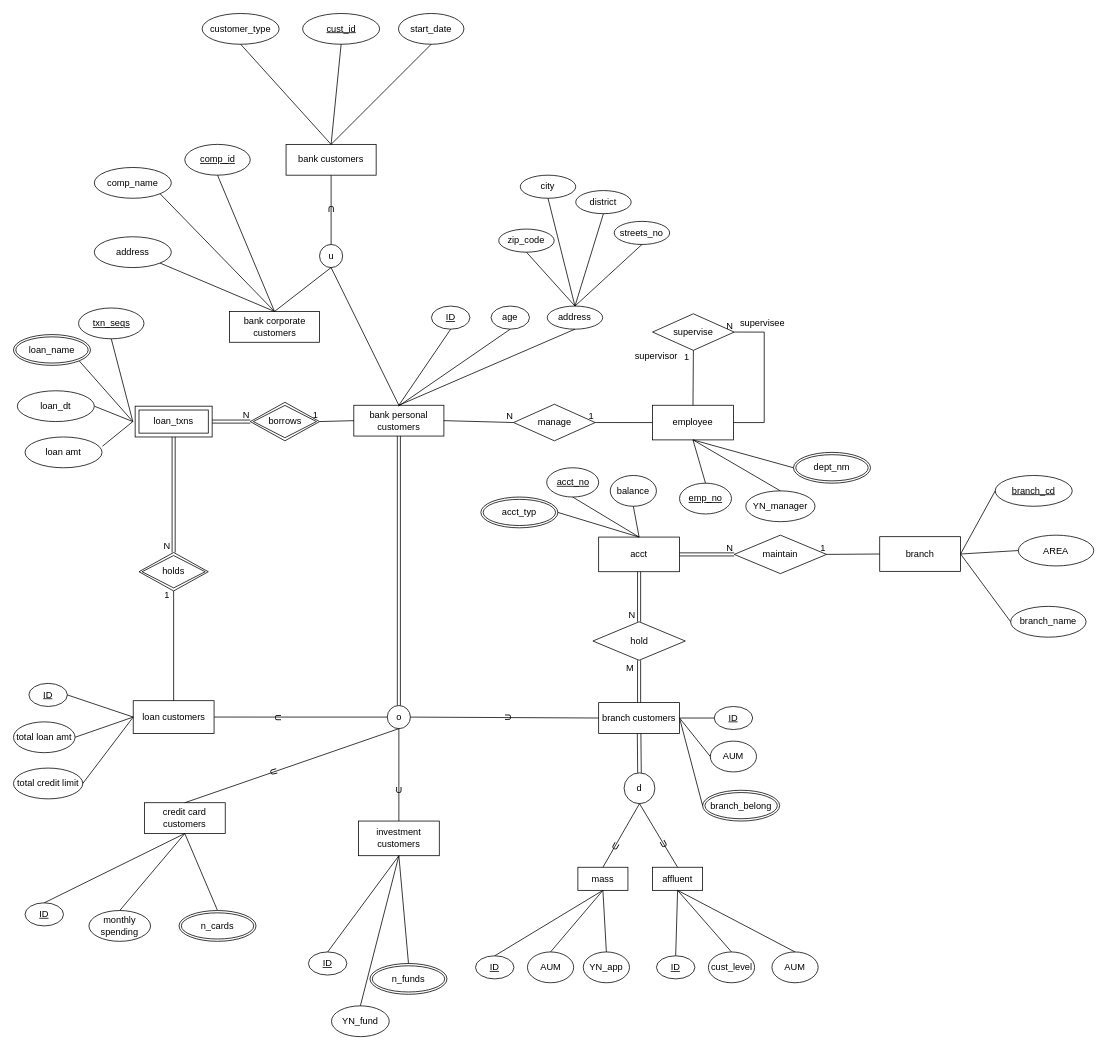
This is Homeworks/hw2.drawio from qqaazz800624/2023_Database_Systems_SQLtoNoSQL, a draw.io file, before an edit. Source tidied: cells renumbered, new cells numbered last; positions are measured from the earlier drawing's top-left corner, leaving out a move shared by most shapes. Both pictures are drawn from the tidied source at 77%, with x=0, y=0 at pixel (13, 13).
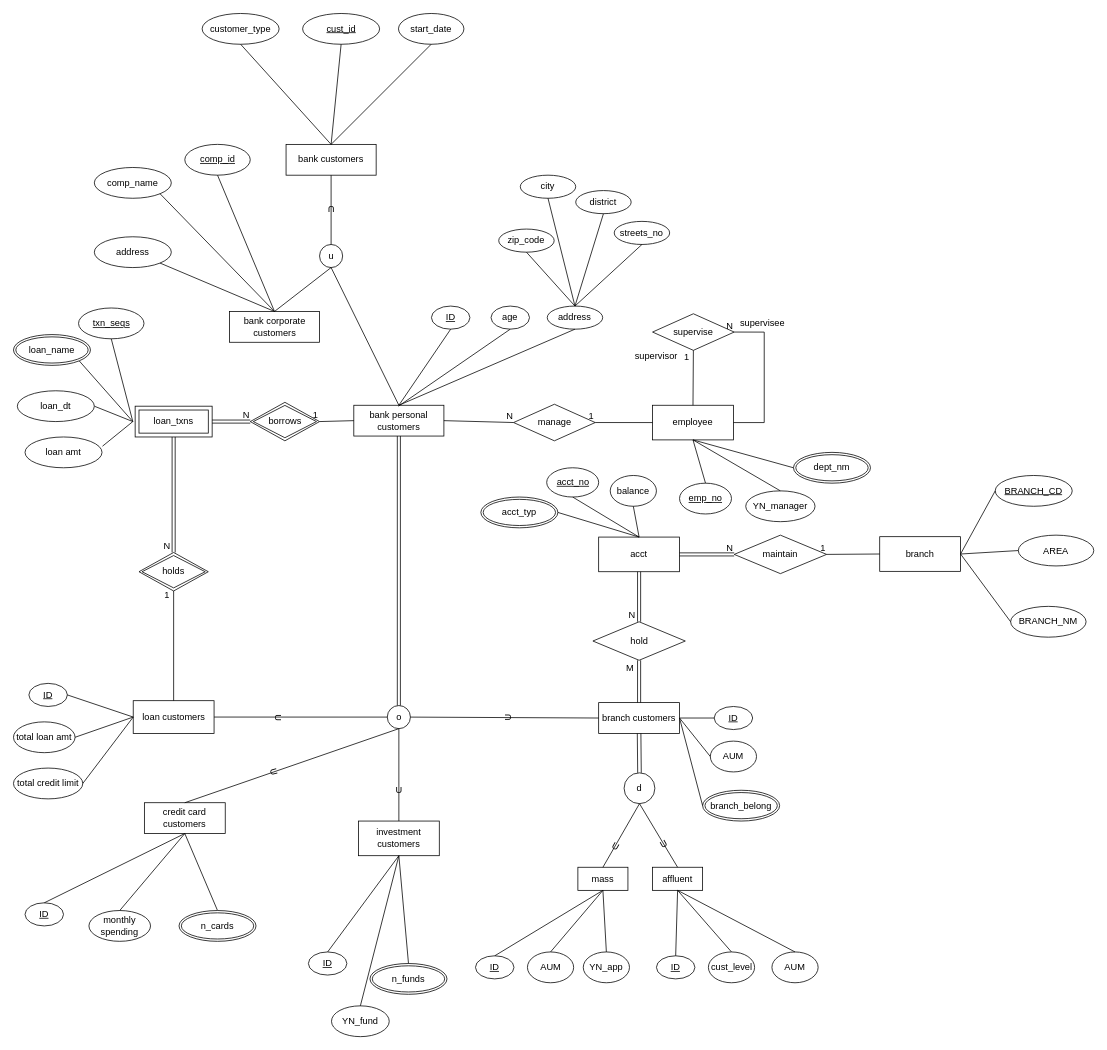
The same diagram, later.

Change to the diagram source:
```diff
@@
-    <mxCell id="115" value="&lt;u&gt;branch_cd&lt;/u&gt;" style="ellipse;whiteSpace=wrap;html=1;" parent="1" vertex="1">
+    <mxCell id="115" value="&lt;u&gt;BRANCH_CD&lt;/u&gt;" style="ellipse;whiteSpace=wrap;html=1;" parent="1" vertex="1">
       <mxGeometry x="1275" y="600" width="100" height="40" as="geometry" />
     </mxCell>
@@
-    <mxCell id="117" value="branch_name" style="ellipse;whiteSpace=wrap;html=1;" parent="1" vertex="1">
+    <mxCell id="117" value="BRANCH_NM" style="ellipse;whiteSpace=wrap;html=1;" parent="1" vertex="1">
       <mxGeometry x="1295" y="770" width="98" height="40" as="geometry" />
     </mxCell>
```
